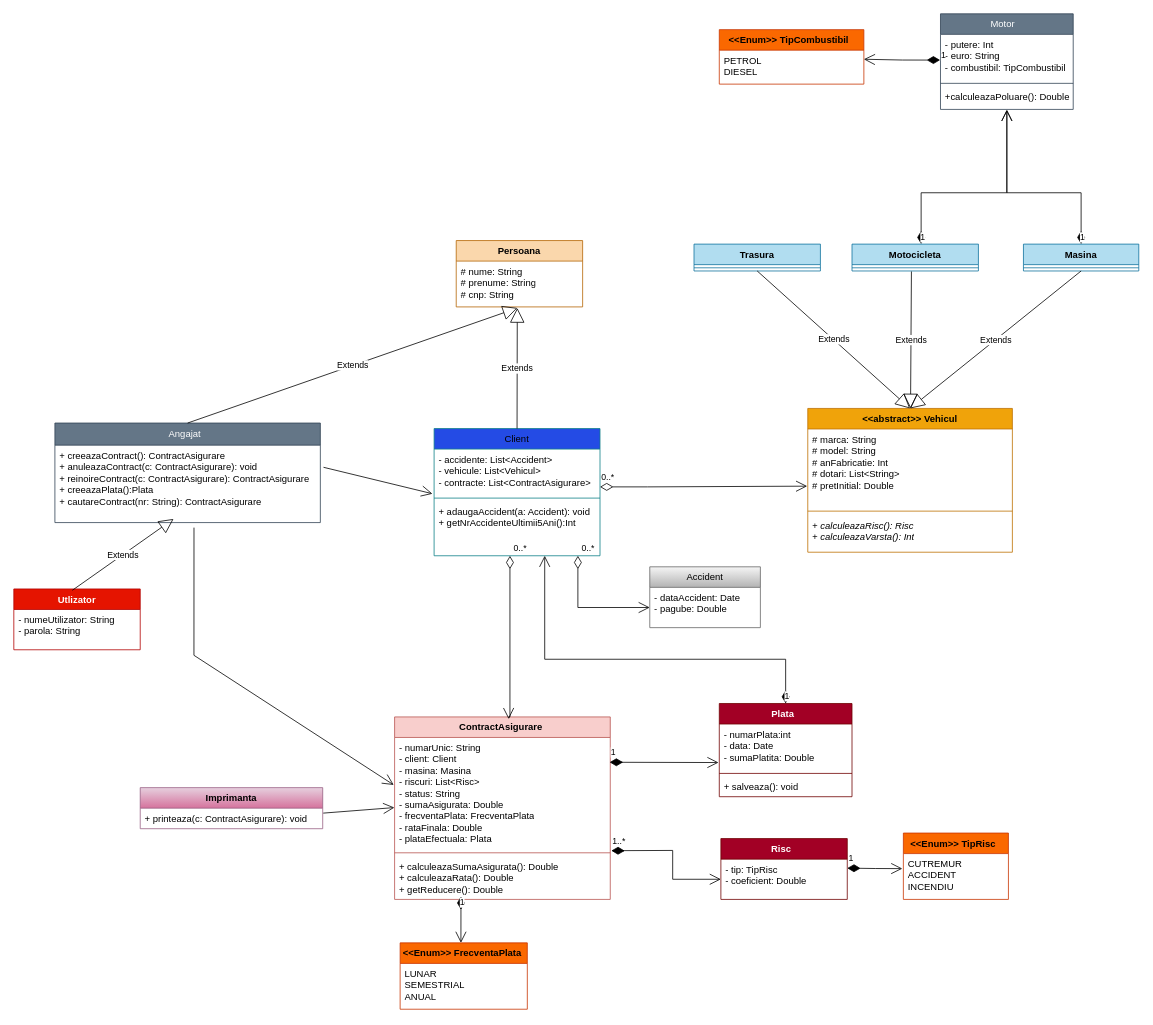
Before: diagrama/DiagramaJavaProiect.drawio in Nicoleta-Elena/Proiect-POO, a draw.io diagram. Source tidied: cells renumbered, new cells numbered last; positions are measured from the earlier drawing's top-left corner, leaving out a move shared by most shapes. Both pictures are drawn from the tidied source at 79%, with x=0, y=0 at pixel (13, 13).
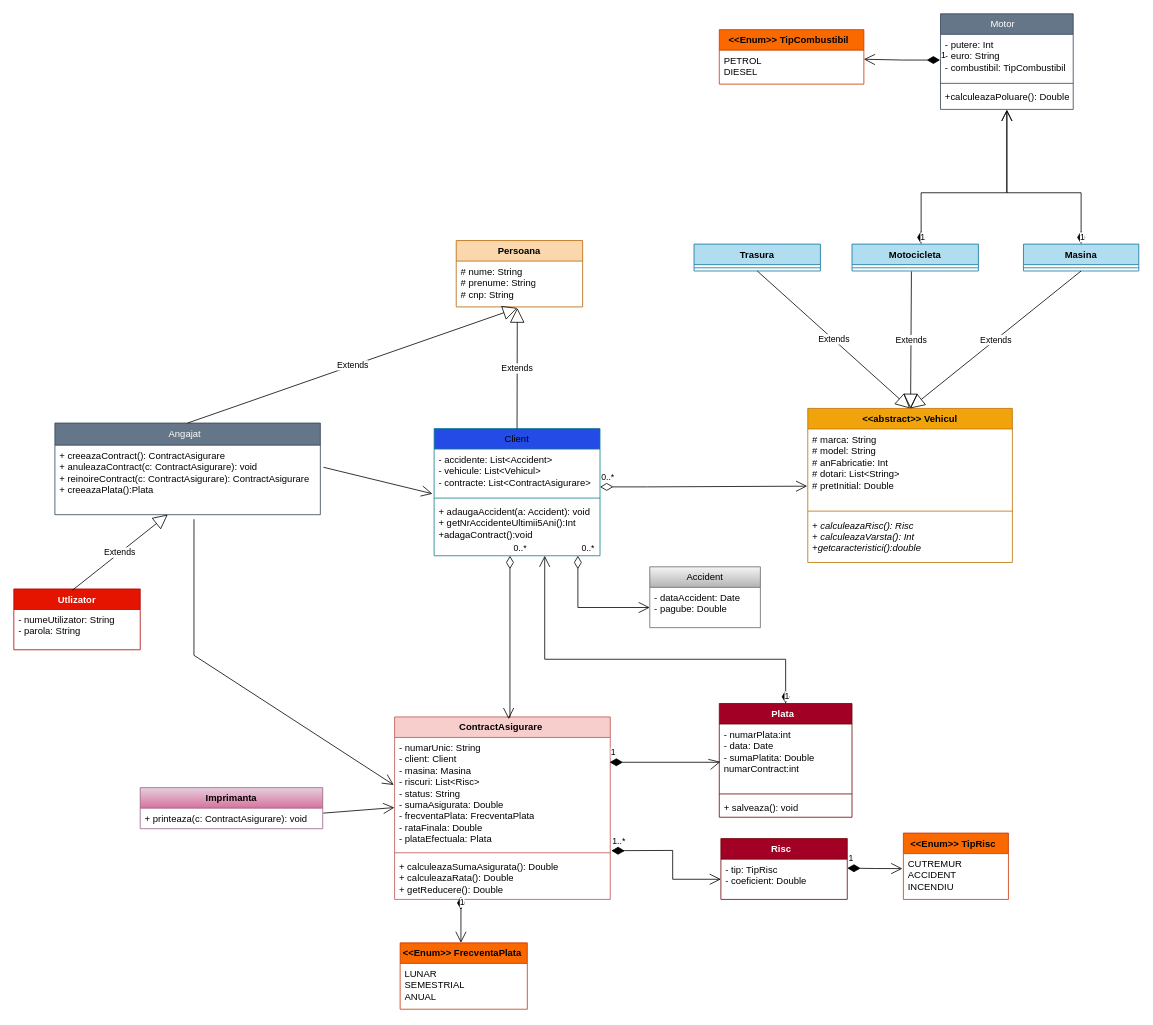
After the change.

Unchanged cells that the change refers to:
```xml
<mxCell id="6" value="Client" style="swimlane;fontStyle=0;horizontal=1;startSize=26;fillColor=light-dark(#244be5, #103c3f);whiteSpace=wrap;html=1;strokeColor=#0e8088;" parent="1" vertex="1">
  <mxGeometry x="532" y="525" width="210" height="161" as="geometry" />
</mxCell>
<mxCell id="46" value="Utlizator" style="swimlane;fontStyle=1;align=center;verticalAlign=top;horizontal=1;startSize=26;whiteSpace=wrap;html=1;fillColor=#e51400;strokeColor=#B20000;fontColor=#ffffff;" parent="1" vertex="1">
  <mxGeometry y="728" width="160" height="77" as="geometry" />
</mxCell>
```

What changed in the source:
```diff
@@
     <mxCell id="2" value="&lt;b&gt;&amp;lt;&amp;lt;abstract&amp;gt;&amp;gt; Vehicul&lt;/b&gt;" style="swimlane;fontStyle=0;horizontal=1;startSize=26;fillColor=#f0a30a;whiteSpace=wrap;html=1;strokeColor=#BD7000;fontColor=#000000;" parent="1" vertex="1">
-      <mxGeometry x="1005" y="499.5" width="259" height="182" as="geometry" />
+      <mxGeometry x="1005" y="499.5" width="259" height="195" as="geometry" />
     </mxCell>
@@
-    <mxCell id="5" value="&lt;i&gt;+ calculeazaRisc(): Risc&lt;/i&gt;&lt;div&gt;&lt;i&gt;+ calculeazaVarsta(): Int&lt;/i&gt;&lt;/div&gt;" style="text;strokeColor=none;fillColor=none;align=left;verticalAlign=top;spacingLeft=4;spacingRight=4;overflow=hidden;whiteSpace=wrap;html=1;" parent="2" vertex="1">
-      <mxGeometry y="134" width="259" height="48" as="geometry" />
+    <mxCell id="5" value="&lt;i&gt;+ calculeazaRisc(): Risc&lt;/i&gt;&lt;div&gt;&lt;i&gt;+ calculeazaVarsta(): Int&lt;/i&gt;&lt;/div&gt;&lt;div&gt;&lt;i&gt;+getcaracteristici():double&lt;/i&gt;&lt;/div&gt;" style="text;strokeColor=none;fillColor=none;align=left;verticalAlign=top;spacingLeft=4;spacingRight=4;overflow=hidden;whiteSpace=wrap;html=1;" parent="2" vertex="1">
+      <mxGeometry y="134" width="259" height="61" as="geometry" />
     </mxCell>
@@
-    <mxCell id="9" value="&lt;div&gt;&lt;span style=&quot;color: rgb(0, 0, 0); font-family: Helvetica; font-size: 12px; font-style: normal; font-variant-ligatures: normal; font-variant-caps: normal; font-weight: 400; letter-spacing: normal; orphans: 2; text-align: left; text-indent: 0px; text-transform: none; widows: 2; word-spacing: 0px; -webkit-text-stroke-width: 0px; white-space: normal; text-decoration-thickness: initial; text-decoration-style: initial; text-decoration-color: initial; float: none; background-color: light-dark(#ffffff, var(--ge-dark-color, #121212)); display: inline !important;&quot;&gt;+ adaugaAccident(a: Accident): void&lt;/span&gt;&lt;/div&gt;&lt;div&gt;&lt;span style=&quot;color: rgb(0, 0, 0); font-family: Helvetica; font-size: 12px; font-style: normal; font-variant-ligatures: normal; font-variant-caps: normal; font-weight: 400; letter-spacing: normal; orphans: 2; text-align: left; text-indent: 0px; text-transform: none; widows: 2; word-spacing: 0px; -webkit-text-stroke-width: 0px; white-space: normal; text-decoration-thickness: initial; text-decoration-style: initial; text-decoration-color: initial; float: none; background-color: light-dark(#ffffff, var(--ge-dark-color, #121212)); display: inline !important;&quot;&gt;+ getNrAccidenteUltimii5Ani():Int&lt;/span&gt;&lt;/div&gt;" style="text;strokeColor=none;fillColor=none;align=left;verticalAlign=top;spacingLeft=4;spacingRight=4;overflow=hidden;whiteSpace=wrap;html=1;" parent="6" vertex="1">
+    <mxCell id="9" value="&lt;div&gt;&lt;span style=&quot;color: rgb(0, 0, 0); font-family: Helvetica; font-size: 12px; font-style: normal; font-variant-ligatures: normal; font-variant-caps: normal; font-weight: 400; letter-spacing: normal; orphans: 2; text-align: left; text-indent: 0px; text-transform: none; widows: 2; word-spacing: 0px; -webkit-text-stroke-width: 0px; white-space: normal; text-decoration-thickness: initial; text-decoration-style: initial; text-decoration-color: initial; float: none; background-color: light-dark(#ffffff, var(--ge-dark-color, #121212)); display: inline !important;&quot;&gt;+ adaugaAccident(a: Accident): void&lt;/span&gt;&lt;/div&gt;&lt;div&gt;&lt;span style=&quot;color: rgb(0, 0, 0); font-family: Helvetica; font-size: 12px; font-style: normal; font-variant-ligatures: normal; font-variant-caps: normal; font-weight: 400; letter-spacing: normal; orphans: 2; text-align: left; text-indent: 0px; text-transform: none; widows: 2; word-spacing: 0px; -webkit-text-stroke-width: 0px; white-space: normal; text-decoration-thickness: initial; text-decoration-style: initial; text-decoration-color: initial; float: none; background-color: light-dark(#ffffff, var(--ge-dark-color, #121212)); display: inline !important;&quot;&gt;+ getNrAccidenteUltimii5Ani():Int&lt;/span&gt;&lt;/div&gt;&lt;div&gt;&lt;span style=&quot;color: rgb(0, 0, 0); font-family: Helvetica; font-size: 12px; font-style: normal; font-variant-ligatures: normal; font-variant-caps: normal; font-weight: 400; letter-spacing: normal; orphans: 2; text-align: left; text-indent: 0px; text-transform: none; widows: 2; word-spacing: 0px; -webkit-text-stroke-width: 0px; white-space: normal; text-decoration-thickness: initial; text-decoration-style: initial; text-decoration-color: initial; float: none; background-color: light-dark(#ffffff, var(--ge-dark-color, #121212)); display: inline !important;&quot;&gt;+adagaContract():void&lt;/span&gt;&lt;/div&gt;" style="text;strokeColor=none;fillColor=none;align=left;verticalAlign=top;spacingLeft=4;spacingRight=4;overflow=hidden;whiteSpace=wrap;html=1;" parent="6" vertex="1">
       <mxGeometry y="92" width="210" height="69" as="geometry" />
     </mxCell>
@@
     <mxCell id="16" value="&lt;b&gt;Plata&amp;nbsp;&amp;nbsp;&lt;/b&gt;" style="swimlane;fontStyle=0;horizontal=1;startSize=26;fillColor=#a20025;whiteSpace=wrap;html=1;fontColor=#ffffff;strokeColor=#6F0000;" parent="1" vertex="1">
-      <mxGeometry x="893" y="873" width="168" height="118" as="geometry" />
+      <mxGeometry x="893" y="873" width="168" height="144" as="geometry" />
     </mxCell>
-    <mxCell id="17" value="&lt;div&gt;- numarPlata:int&lt;/div&gt;- data: Date&lt;div&gt;- sumaPlatita: Double&lt;/div&gt;" style="text;strokeColor=none;fillColor=none;align=left;verticalAlign=top;spacingLeft=4;spacingRight=4;overflow=hidden;points=[[0,0.5],[1,0.5]];portConstraint=eastwest;whiteSpace=wrap;html=1;" parent="16" vertex="1">
-      <mxGeometry y="26" width="168" height="59" as="geometry" />
+    <mxCell id="17" value="&lt;div&gt;- numarPlata:int&lt;/div&gt;- data: Date&lt;div&gt;- sumaPlatita: Double&lt;/div&gt;&lt;div&gt;numarContract:int&lt;/div&gt;" style="text;strokeColor=none;fillColor=none;align=left;verticalAlign=top;spacingLeft=4;spacingRight=4;overflow=hidden;points=[[0,0.5],[1,0.5]];portConstraint=eastwest;whiteSpace=wrap;html=1;" parent="16" vertex="1">
+      <mxGeometry y="26" width="168" height="85" as="geometry" />
     </mxCell>
     <mxCell id="18" style="line;strokeWidth=1;fillColor=none;align=left;verticalAlign=middle;spacingTop=-1;spacingLeft=3;spacingRight=3;labelPosition=right;strokeColor=inherit;" parent="16" vertex="1">
-      <mxGeometry y="85" width="168" height="7" as="geometry" />
+      <mxGeometry y="111" width="168" height="7" as="geometry" />
     </mxCell>
     <mxCell id="19" value="+ salveaza(): void" style="text;strokeColor=none;fillColor=none;align=left;verticalAlign=top;spacingLeft=4;spacingRight=4;overflow=hidden;whiteSpace=wrap;html=1;" parent="16" vertex="1">
-      <mxGeometry y="92" width="168" height="26" as="geometry" />
+      <mxGeometry y="118" width="168" height="26" as="geometry" />
     </mxCell>
     <mxCell id="20" value="Angajat&amp;nbsp;&amp;nbsp;" style="swimlane;fontStyle=0;horizontal=1;startSize=28;fillColor=#647687;whiteSpace=wrap;html=1;fontColor=#ffffff;strokeColor=#314354;" parent="1" vertex="1">
-      <mxGeometry x="52" y="518" width="336" height="126" as="geometry" />
+      <mxGeometry x="52" y="518" width="336" height="116" as="geometry" />
     </mxCell>
-    <mxCell id="21" value="&lt;div&gt;+ creeazaContract(): ContractAsigurare&amp;nbsp;&lt;/div&gt;&lt;div&gt;&lt;span style=&quot;background-color: transparent; color: light-dark(rgb(0, 0, 0), rgb(255, 255, 255));&quot;&gt;+ anuleazaContract(c:&amp;nbsp;&lt;/span&gt;&lt;span style=&quot;background-color: transparent; color: light-dark(rgb(0, 0, 0), rgb(255, 255, 255));&quot;&gt;ContractAsigurare&lt;/span&gt;&lt;span style=&quot;background-color: transparent; color: light-dark(rgb(0, 0, 0), rgb(255, 255, 255));&quot;&gt;): void&lt;/span&gt;&lt;/div&gt;&lt;div&gt;&lt;span style=&quot;background-color: transparent; color: light-dark(rgb(0, 0, 0), rgb(255, 255, 255));&quot;&gt;+ reinoireContract(c: ContractAsigurare): ContractAsigurare&lt;/span&gt;&lt;/div&gt;&lt;div&gt;&lt;span style=&quot;background-color: transparent; color: light-dark(rgb(0, 0, 0), rgb(255, 255, 255));&quot;&gt;+ creeazaPlata(&lt;/span&gt;&lt;span style=&quot;background-color: transparent; color: light-dark(rgb(0, 0, 0), rgb(255, 255, 255));&quot;&gt;):Plata&lt;/span&gt;&lt;/div&gt;&lt;div&gt;&lt;span style=&quot;background-color: transparent; color: light-dark(rgb(0, 0, 0), rgb(255, 255, 255));&quot;&gt;+ cautareContract(nr: String): ContractAsigurare&lt;/span&gt;&lt;/div&gt;" style="text;strokeColor=none;fillColor=none;align=left;verticalAlign=top;spacingLeft=4;spacingRight=4;overflow=hidden;points=[[0,0.5],[1,0.5]];portConstraint=eastwest;whiteSpace=wrap;html=1;" parent="20" vertex="1">
-      <mxGeometry y="28" width="336" height="98" as="geometry" />
+    <mxCell id="21" value="&lt;div&gt;+ creeazaContract(): ContractAsigurare&amp;nbsp;&lt;/div&gt;&lt;div&gt;&lt;span style=&quot;background-color: transparent; color: light-dark(rgb(0, 0, 0), rgb(255, 255, 255));&quot;&gt;+ anuleazaContract(c:&amp;nbsp;&lt;/span&gt;&lt;span style=&quot;background-color: transparent; color: light-dark(rgb(0, 0, 0), rgb(255, 255, 255));&quot;&gt;ContractAsigurare&lt;/span&gt;&lt;span style=&quot;background-color: transparent; color: light-dark(rgb(0, 0, 0), rgb(255, 255, 255));&quot;&gt;): void&lt;/span&gt;&lt;/div&gt;&lt;div&gt;&lt;span style=&quot;background-color: transparent; color: light-dark(rgb(0, 0, 0), rgb(255, 255, 255));&quot;&gt;+ reinoireContract(c: ContractAsigurare): ContractAsigurare&lt;/span&gt;&lt;/div&gt;&lt;div&gt;&lt;span style=&quot;background-color: transparent; color: light-dark(rgb(0, 0, 0), rgb(255, 255, 255));&quot;&gt;+ creeazaPlata(&lt;/span&gt;&lt;span style=&quot;background-color: transparent; color: light-dark(rgb(0, 0, 0), rgb(255, 255, 255));&quot;&gt;):Plata&lt;/span&gt;&lt;/div&gt;&lt;div&gt;&lt;br&gt;&lt;/div&gt;" style="text;strokeColor=none;fillColor=none;align=left;verticalAlign=top;spacingLeft=4;spacingRight=4;overflow=hidden;points=[[0,0.5],[1,0.5]];portConstraint=eastwest;whiteSpace=wrap;html=1;" parent="20" vertex="1">
+      <mxGeometry y="28" width="336" height="88" as="geometry" />
     </mxCell>
@@
-    <mxCell id="50" value="Extends" style="endArrow=block;endSize=16;endFill=0;html=1;rounded=0;exitX=0.463;exitY=0.022;exitDx=0;exitDy=0;entryX=0.447;entryY=0.953;entryDx=0;entryDy=0;entryPerimeter=0;exitPerimeter=0;" parent="1" edge="1" source="46" target="21">
+    <mxCell id="50" value="Extends" style="endArrow=block;endSize=16;endFill=0;html=1;rounded=0;exitX=0.463;exitY=0.022;exitDx=0;exitDy=0;entryX=0.425;entryY=0.999;entryDx=0;entryDy=0;entryPerimeter=0;exitPerimeter=0;" parent="1" edge="1" source="46" target="21">
       <mxGeometry relative="1" as="geometry" />
     </mxCell>
@@
-    <mxCell id="59" value="1" style="endArrow=open;html=1;endSize=12;startArrow=diamondThin;startSize=14;startFill=1;edgeStyle=orthogonalEdgeStyle;align=left;verticalAlign=bottom;rounded=0;entryX=-0.006;entryY=0.826;entryDx=0;entryDy=0;entryPerimeter=0;exitX=0.997;exitY=0.572;exitDx=0;exitDy=0;exitPerimeter=0;" parent="1" edge="1" target="17">
+    <mxCell id="59" value="1" style="endArrow=open;html=1;endSize=12;startArrow=diamondThin;startSize=14;startFill=1;edgeStyle=orthogonalEdgeStyle;align=left;verticalAlign=bottom;rounded=0;exitX=0.997;exitY=0.572;exitDx=0;exitDy=0;exitPerimeter=0;entryX=0.008;entryY=0.563;entryDx=0;entryDy=0;entryPerimeter=0;" parent="1" edge="1" target="17">
       <mxGeometry x="-1" y="3" relative="1" as="geometry">
         <mxPoint x="754.2" y="947.4" as="sourcePoint" />
         <Array as="points">
-          <mxPoint x="757" y="947" />
           <mxPoint x="892" y="947" />
         </Array>
       </mxGeometry>
     </mxCell>
```
